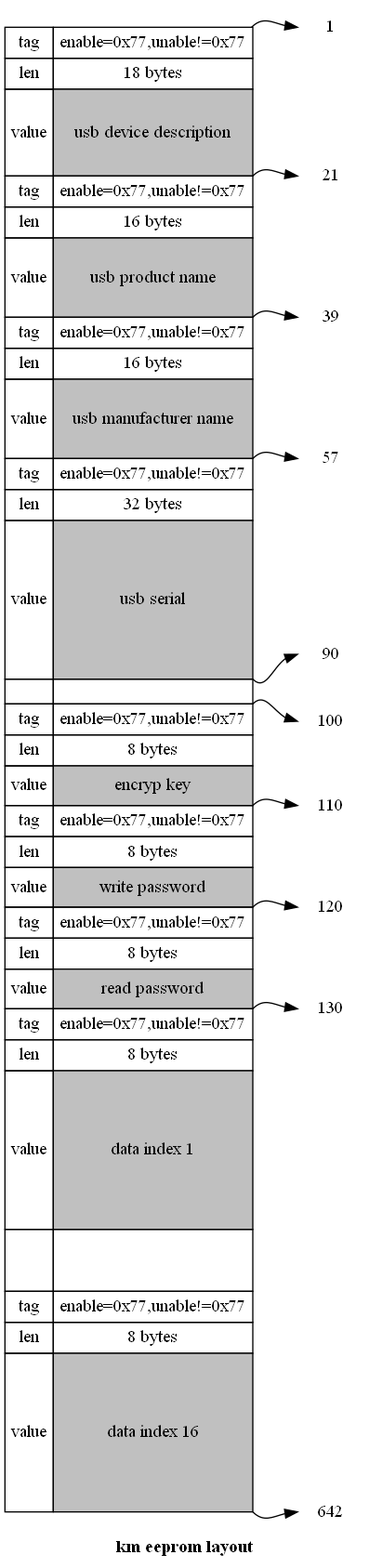
coolxv/atmega32u4-usb-dev keeps this Graphviz diagram as doc/eeprom_layout.png. Above is the earlier version. Its source is kept beside it as res/eeprom_layout.dot.
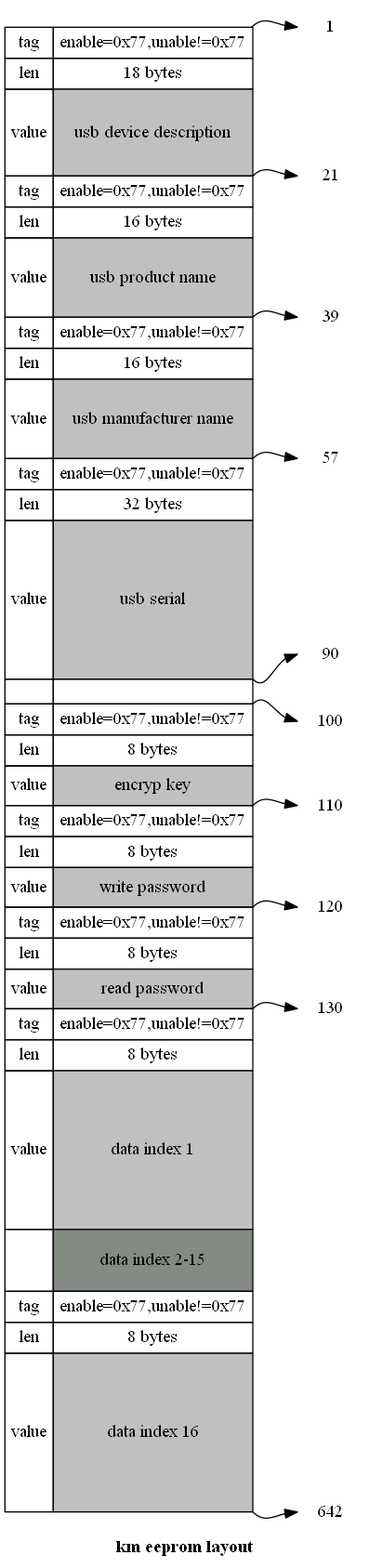
Above is the later version.

Diff of the diagram source:
```diff
@@ -63,7 +63,7 @@
 				<td colspan="4" width="128" rowspan="1" height="128" bgcolor="grey">data index 1</td></tr>
 
 			<tr><td colspan="1" rowspan="1"></td>
-				<td colspan="4" width="128" rowspan="1" height="50"></td></tr>
+				<td colspan="4" width="128" rowspan="1" height="50" bgcolor="honeydew4">data index 2-15</td></tr>
 
 			<tr><td colspan="1">tag</td>
 				<td colspan="4" width="128" port="eeprom_11">enable=0x77,unable!=0x77</td></tr>
```
